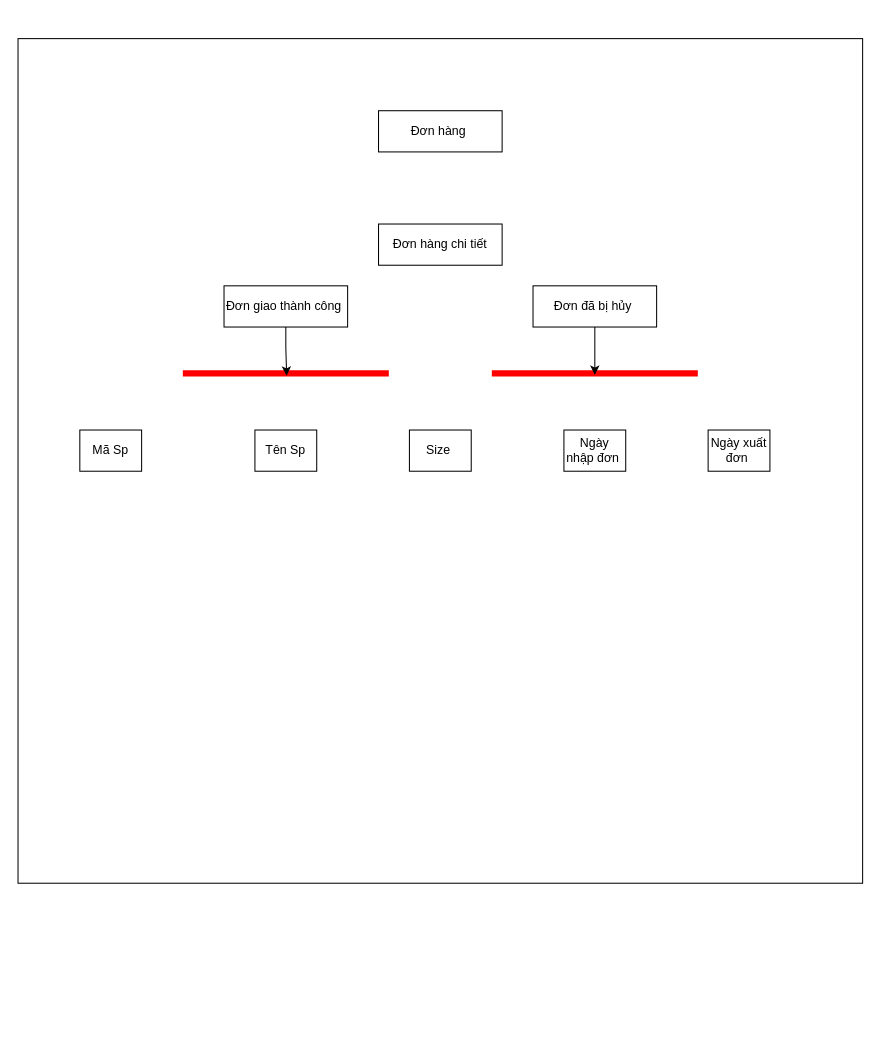
Above: page "đơn hàng" (2 of 5) of Biểu đồ không có tiêu đề.drawio in KhieuXThanh/QLDA (draw.io), before the change. Source tidied: cells renumbered, new cells numbered last; positions are measured from the earlier drawing's top-left corner, leaving out a move shared by most shapes. Both pictures are drawn from the tidied source at 103%, with x=0, y=0 at pixel (18, 38).
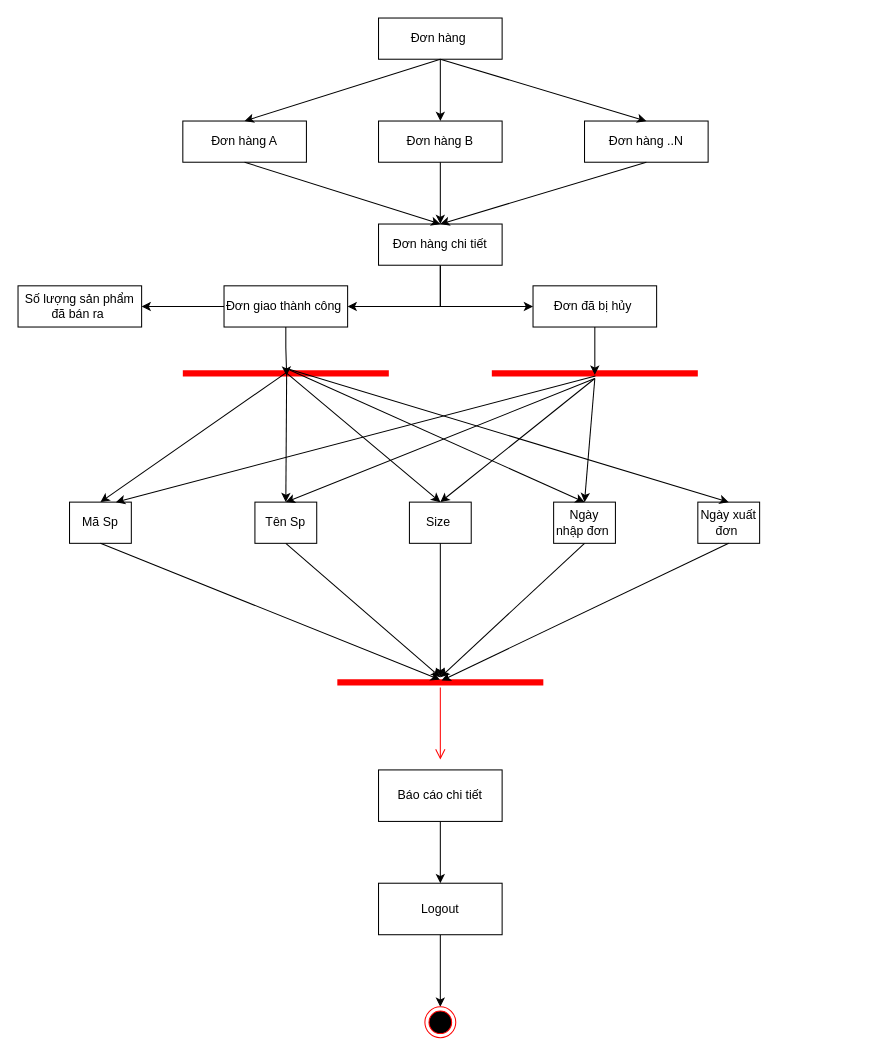
After the change.

The change refers to these unchanged cells:
```xml
<mxCell id="4" value="Đơn hàng chi tiết" style="rounded=0;whiteSpace=wrap;html=1;" parent="1" vertex="1">
  <mxGeometry x="350" y="180" width="120" height="40" as="geometry" />
</mxCell>
<mxCell id="12" value="Đơn giao thành công&amp;nbsp;" style="rounded=0;whiteSpace=wrap;html=1;" parent="1" vertex="1">
  <mxGeometry x="200" y="240" width="120" height="40" as="geometry" />
</mxCell>
<mxCell id="13" value="Đơn đã bị hủy&amp;nbsp;" style="rounded=0;whiteSpace=wrap;html=1;" parent="1" vertex="1">
  <mxGeometry x="500" y="240" width="120" height="40" as="geometry" />
</mxCell>
<mxCell id="14" style="shape=line;html=1;strokeWidth=6;strokeColor=#ff0000;" parent="1" vertex="1">
  <mxGeometry x="160" y="320" width="200" height="10" as="geometry" />
</mxCell>
<mxCell id="16" style="shape=line;html=1;strokeWidth=6;strokeColor=#ff0000;" parent="1" vertex="1">
  <mxGeometry x="460" y="320" width="200" height="10" as="geometry" />
</mxCell>
```

The edit, as a diff of the source:
```diff
@@
-    <mxCell id="2" style="whiteSpace=wrap;html=1;" parent="1" vertex="1">
-      <mxGeometry width="820" height="820" as="geometry" />
-    </mxCell>
     <mxCell id="3" value="Đơn hàng&amp;nbsp;" style="rounded=0;whiteSpace=wrap;html=1;" parent="1" vertex="1">
-      <mxGeometry x="350" y="70" width="120" height="40" as="geometry" />
+      <mxGeometry x="350" y="-20" width="120" height="40" as="geometry" />
     </mxCell>
+    <mxCell id="18" style="edgeStyle=orthogonalEdgeStyle;rounded=0;jettySize=auto;html=1;entryX=1;entryY=0.5;entryDx=0;entryDy=0;" parent="1" edge="1" source="4" target="12">
+      <mxGeometry relative="1" as="geometry">
+        <Array as="points">
+          <mxPoint x="410" y="260" />
+        </Array>
+      </mxGeometry>
+    </mxCell>
+    <mxCell id="19" style="edgeStyle=orthogonalEdgeStyle;rounded=0;jettySize=auto;html=1;entryX=0;entryY=0.5;entryDx=0;entryDy=0;" parent="1" edge="1" source="4" target="13">
+      <mxGeometry relative="1" as="geometry">
+        <Array as="points">
+          <mxPoint x="410" y="260" />
+        </Array>
+      </mxGeometry>
+    </mxCell>
@@
     <mxCell id="5" value="Mã Sp" style="rounded=0;whiteSpace=wrap;html=1;" parent="1" vertex="1">
-      <mxGeometry x="60" y="380" width="60" height="40" as="geometry" />
+      <mxGeometry x="50" y="450" width="60" height="40" as="geometry" />
     </mxCell>
     <mxCell id="6" value="Tên Sp" style="rounded=0;whiteSpace=wrap;html=1;" parent="1" vertex="1">
-      <mxGeometry x="230" y="380" width="60" height="40" as="geometry" />
+      <mxGeometry x="230" y="450" width="60" height="40" as="geometry" />
     </mxCell>
     <mxCell id="7" value="Size&amp;nbsp;" style="rounded=0;whiteSpace=wrap;html=1;" parent="1" vertex="1">
-      <mxGeometry x="380" y="380" width="60" height="40" as="geometry" />
+      <mxGeometry x="380" y="450" width="60" height="40" as="geometry" />
     </mxCell>
     <mxCell id="8" value="Ngày nhập đơn&amp;nbsp;" style="rounded=0;whiteSpace=wrap;html=1;" parent="1" vertex="1">
-      <mxGeometry x="530" y="380" width="60" height="40" as="geometry" />
+      <mxGeometry x="520" y="450" width="60" height="40" as="geometry" />
     </mxCell>
     <mxCell id="9" value="Ngày xuất đơn&amp;nbsp;" style="rounded=0;whiteSpace=wrap;html=1;" parent="1" vertex="1">
-      <mxGeometry x="670" y="380" width="60" height="40" as="geometry" />
+      <mxGeometry x="660" y="450" width="60" height="40" as="geometry" />
     </mxCell>
@@
+    <mxCell id="20" style="edgeStyle=orthogonalEdgeStyle;rounded=0;jettySize=auto;html=1;entryX=1;entryY=0.5;entryDx=0;entryDy=0;" parent="1" edge="1" source="12" target="39">
+      <mxGeometry relative="1" as="geometry" />
+    </mxCell>
@@
+    <mxCell id="21" style="endArrow=classic;html=1;rounded=0;exitX=0.504;exitY=0.4;exitDx=0;exitDy=0;exitPerimeter=0;entryX=0.5;entryY=0;entryDx=0;entryDy=0;" parent="1" edge="1" source="14" target="5">
+      <mxGeometry relative="1" as="geometry" />
+    </mxCell>
+    <mxCell id="22" style="endArrow=classic;html=1;rounded=0;exitX=0.504;exitY=0.56;exitDx=0;exitDy=0;exitPerimeter=0;entryX=0.5;entryY=0;entryDx=0;entryDy=0;" parent="1" edge="1" source="14" target="6">
+      <mxGeometry relative="1" as="geometry" />
+    </mxCell>
+    <mxCell id="23" style="endArrow=classic;html=1;rounded=0;exitX=0.504;exitY=0.48;exitDx=0;exitDy=0;exitPerimeter=0;entryX=0.5;entryY=0;entryDx=0;entryDy=0;" parent="1" edge="1" source="14" target="7">
+      <mxGeometry relative="1" as="geometry" />
+    </mxCell>
+    <mxCell id="24" style="endArrow=classic;html=1;rounded=0;entryX=0.5;entryY=0;entryDx=0;entryDy=0;" parent="1" edge="1" target="8">
+      <mxGeometry relative="1" as="geometry">
+        <mxPoint x="260" y="320" as="sourcePoint" />
+      </mxGeometry>
+    </mxCell>
+    <mxCell id="25" style="endArrow=classic;html=1;rounded=0;entryX=0.5;entryY=0;entryDx=0;entryDy=0;" parent="1" edge="1" target="9">
+      <mxGeometry relative="1" as="geometry">
+        <mxPoint x="260" y="320" as="sourcePoint" />
+      </mxGeometry>
+    </mxCell>
+    <mxCell id="26" style="endArrow=classic;html=1;rounded=0;exitX=0.503;exitY=0.748;exitDx=0;exitDy=0;exitPerimeter=0;entryX=0.75;entryY=0;entryDx=0;entryDy=0;" parent="1" edge="1" source="16" target="5">
+      <mxGeometry relative="1" as="geometry" />
+    </mxCell>
+    <mxCell id="27" style="endArrow=classic;html=1;rounded=0;entryX=0.5;entryY=0;entryDx=0;entryDy=0;" parent="1" edge="1" target="6">
+      <mxGeometry relative="1" as="geometry">
+        <mxPoint x="560" y="330" as="sourcePoint" />
+      </mxGeometry>
+    </mxCell>
+    <mxCell id="28" style="endArrow=classic;html=1;rounded=0;entryX=0.5;entryY=0;entryDx=0;entryDy=0;" parent="1" edge="1" target="7">
+      <mxGeometry relative="1" as="geometry">
+        <mxPoint x="560" y="330" as="sourcePoint" />
+      </mxGeometry>
+    </mxCell>
+    <mxCell id="29" style="endArrow=classic;html=1;rounded=0;entryX=0.5;entryY=0;entryDx=0;entryDy=0;" parent="1" edge="1" target="8">
+      <mxGeometry relative="1" as="geometry">
+        <mxPoint x="560" y="330" as="sourcePoint" />
+      </mxGeometry>
+    </mxCell>
+    <mxCell id="30" style="shape=line;html=1;strokeWidth=6;strokeColor=#ff0000;" parent="1" vertex="1">
+      <mxGeometry x="310" y="620" width="200" height="10" as="geometry" />
+    </mxCell>
+    <mxCell id="31" style="edgeStyle=orthogonalEdgeStyle;html=1;verticalAlign=bottom;endArrow=open;endSize=8;strokeColor=#ff0000;rounded=0;" parent="1" edge="1" source="30">
+      <mxGeometry relative="1" as="geometry">
+        <mxPoint x="410" y="700" as="targetPoint" />
+      </mxGeometry>
+    </mxCell>
+    <mxCell id="32" style="endArrow=classic;html=1;rounded=0;exitX=0.5;exitY=1;exitDx=0;exitDy=0;entryX=0.498;entryY=0.24;entryDx=0;entryDy=0;entryPerimeter=0;" parent="1" edge="1" source="5" target="30">
+      <mxGeometry relative="1" as="geometry" />
+    </mxCell>
+    <mxCell id="33" style="endArrow=classic;html=1;rounded=0;exitX=0.5;exitY=1;exitDx=0;exitDy=0;" parent="1" edge="1" source="6">
+      <mxGeometry relative="1" as="geometry">
+        <mxPoint x="410" y="620" as="targetPoint" />
+      </mxGeometry>
+    </mxCell>
+    <mxCell id="34" style="endArrow=classic;html=1;rounded=0;exitX=0.5;exitY=1;exitDx=0;exitDy=0;" parent="1" edge="1" source="7" target="30">
+      <mxGeometry relative="1" as="geometry" />
+    </mxCell>
+    <mxCell id="35" style="endArrow=classic;html=1;rounded=0;exitX=0.5;exitY=1;exitDx=0;exitDy=0;" parent="1" edge="1" source="8">
+      <mxGeometry relative="1" as="geometry">
+        <mxPoint x="410" y="620" as="targetPoint" />
+      </mxGeometry>
+    </mxCell>
+    <mxCell id="36" style="endArrow=classic;html=1;rounded=0;exitX=0.5;exitY=1;exitDx=0;exitDy=0;entryX=0.506;entryY=0.32;entryDx=0;entryDy=0;entryPerimeter=0;" parent="1" edge="1" source="9" target="30">
+      <mxGeometry relative="1" as="geometry" />
+    </mxCell>
+    <mxCell id="37" style="edgeStyle=orthogonalEdgeStyle;rounded=0;jettySize=auto;html=1;" parent="1" edge="1" source="38">
+      <mxGeometry relative="1" as="geometry">
+        <mxPoint x="410" y="820" as="targetPoint" />
+      </mxGeometry>
+    </mxCell>
+    <mxCell id="38" value="Báo cáo chi tiết" style="rounded=0;whiteSpace=wrap;html=1;" parent="1" vertex="1">
+      <mxGeometry x="350" y="710" width="120" height="50" as="geometry" />
+    </mxCell>
+    <mxCell id="39" value="Số lượng sản phẩm đã bán ra&amp;nbsp;" style="rounded=0;whiteSpace=wrap;html=1;" parent="1" vertex="1">
+      <mxGeometry y="240" width="120" height="40" as="geometry" />
+    </mxCell>
+    <mxCell id="40" style="edgeStyle=orthogonalEdgeStyle;rounded=0;jettySize=auto;html=1;entryX=0.5;entryY=0;entryDx=0;entryDy=0;" parent="1" edge="1" source="41" target="42">
+      <mxGeometry relative="1" as="geometry" />
+    </mxCell>
+    <mxCell id="41" value="Logout" style="rounded=0;whiteSpace=wrap;html=1;" parent="1" vertex="1">
+      <mxGeometry x="350" y="820" width="120" height="50" as="geometry" />
+    </mxCell>
+    <mxCell id="42" style="ellipse;html=1;shape=endState;fillColor=#000000;strokeColor=#ff0000;" parent="1" vertex="1">
+      <mxGeometry x="395" y="940" width="30" height="30" as="geometry" />
+    </mxCell>
+    <mxCell id="43" value="Đơn hàng A" style="rounded=0;whiteSpace=wrap;html=1;" parent="1" vertex="1">
+      <mxGeometry x="160" y="80" width="120" height="40" as="geometry" />
+    </mxCell>
+    <mxCell id="44" value="Đơn hàng B" style="rounded=0;whiteSpace=wrap;html=1;" parent="1" vertex="1">
+      <mxGeometry x="350" y="80" width="120" height="40" as="geometry" />
+    </mxCell>
+    <mxCell id="45" value="Đơn hàng ..N" style="rounded=0;whiteSpace=wrap;html=1;" parent="1" vertex="1">
+      <mxGeometry x="550" y="80" width="120" height="40" as="geometry" />
+    </mxCell>
+    <mxCell id="46" style="endArrow=classic;html=1;rounded=0;exitX=0.5;exitY=1;exitDx=0;exitDy=0;entryX=0.5;entryY=0;entryDx=0;entryDy=0;" parent="1" edge="1" source="3" target="43">
+      <mxGeometry relative="1" as="geometry" />
+    </mxCell>
+    <mxCell id="47" style="endArrow=classic;html=1;rounded=0;entryX=0.5;entryY=0;entryDx=0;entryDy=0;" parent="1" edge="1" target="44">
+      <mxGeometry relative="1" as="geometry">
+        <mxPoint x="410" y="20" as="sourcePoint" />
+      </mxGeometry>
+    </mxCell>
+    <mxCell id="48" style="endArrow=classic;html=1;rounded=0;entryX=0.5;entryY=0;entryDx=0;entryDy=0;" parent="1" edge="1" target="45">
+      <mxGeometry relative="1" as="geometry">
+        <mxPoint x="410" y="20" as="sourcePoint" />
+      </mxGeometry>
+    </mxCell>
+    <mxCell id="49" style="endArrow=classic;html=1;rounded=0;exitX=0.5;exitY=1;exitDx=0;exitDy=0;entryX=0.5;entryY=0;entryDx=0;entryDy=0;" parent="1" edge="1" source="43" target="4">
+      <mxGeometry relative="1" as="geometry" />
+    </mxCell>
+    <mxCell id="50" style="endArrow=classic;html=1;rounded=0;exitX=0.5;exitY=1;exitDx=0;exitDy=0;" parent="1" edge="1" source="44">
+      <mxGeometry relative="1" as="geometry">
+        <mxPoint x="410" y="180" as="targetPoint" />
+      </mxGeometry>
+    </mxCell>
+    <mxCell id="51" style="endArrow=classic;html=1;rounded=0;exitX=0.5;exitY=1;exitDx=0;exitDy=0;entryX=0.5;entryY=0;entryDx=0;entryDy=0;" parent="1" edge="1" source="45" target="4">
+      <mxGeometry relative="1" as="geometry" />
+    </mxCell>
```
